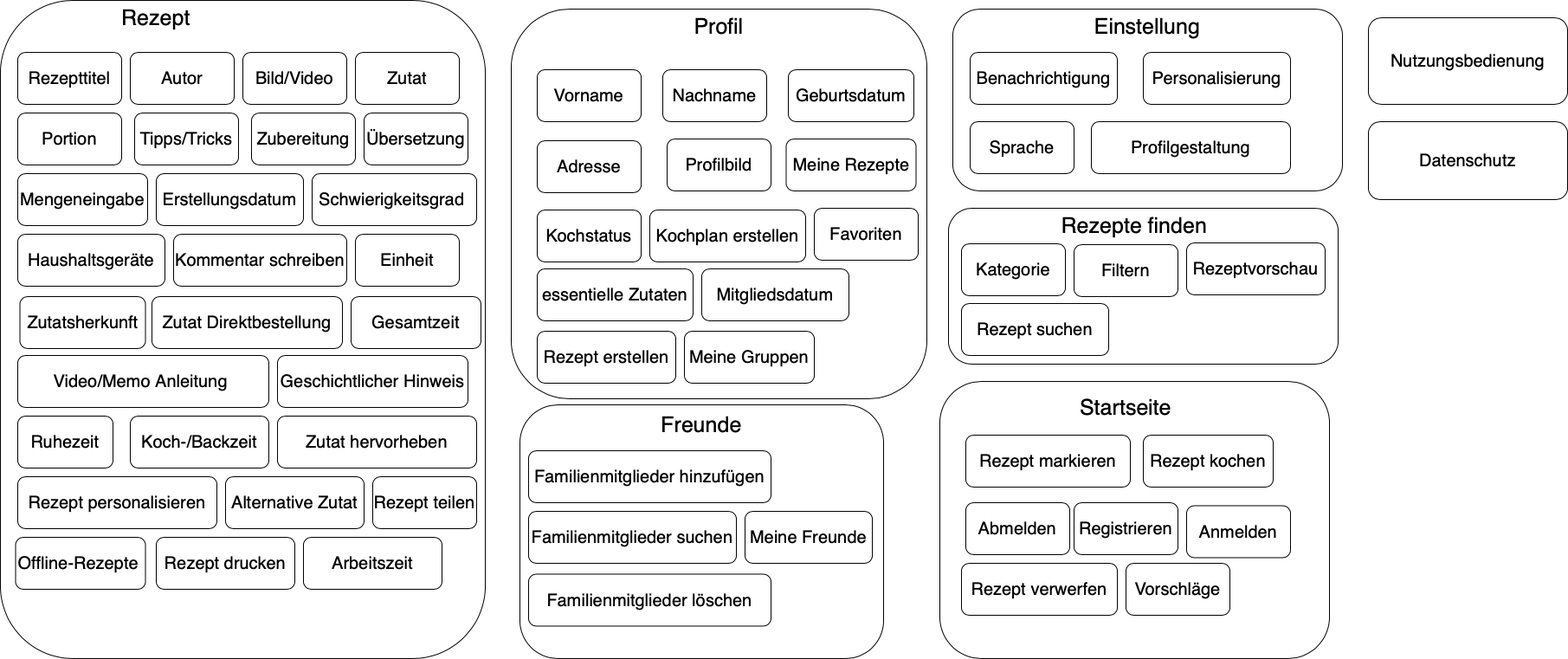
Inf166/PeerToPeerSharingOfCookingRecipies keeps this draw.io diagram as Artefakte/ContentModel/WS2020_CobanMai_ContentModel_v3.png. Above is the earlier version. Source tidied: cells renumbered, new cells last; positions are measured from the earlier drawing's top-left corner, leaving out a move shared by most shapes. Source of this version:
```xml
<mxGraphModel>
  <root>
    <mxCell id="0" />
    <mxCell id="1" parent="0" />
    <mxCell id="2" style="rounded=1;whiteSpace=wrap;html=1;fillColor=none;" parent="1" vertex="1">
      <mxGeometry x="600" y="467" width="420" height="293" as="geometry" />
    </mxCell>
    <mxCell id="3" style="rounded=1;whiteSpace=wrap;html=1;fillColor=none;" parent="1" vertex="1">
      <mxGeometry x="1095" y="240" width="450" height="180" as="geometry" />
    </mxCell>
    <mxCell id="4" style="rounded=1;whiteSpace=wrap;html=1;fillColor=none;" parent="1" vertex="1">
      <mxGeometry x="1085" y="440" width="450" height="320" as="geometry" />
    </mxCell>
    <mxCell id="5" style="rounded=1;whiteSpace=wrap;html=1;fillColor=none;" parent="1" vertex="1">
      <mxGeometry x="1100" y="10" width="450" height="210" as="geometry" />
    </mxCell>
    <mxCell id="6" style="rounded=1;whiteSpace=wrap;html=1;fillColor=none;" parent="1" vertex="1">
      <mxGeometry width="560" height="760" as="geometry" />
    </mxCell>
    <mxCell id="7" style="rounded=1;whiteSpace=wrap;html=1;fillColor=none;" parent="1" vertex="1">
      <mxGeometry x="590" y="10" width="480" height="450" as="geometry" />
    </mxCell>
    <mxCell id="8" value="&lt;span style=&quot;font-size: 20px&quot;&gt;Rezepttitel&lt;/span&gt;" style="rounded=1;whiteSpace=wrap;html=1;" parent="1" vertex="1">
      <mxGeometry x="20" y="60" width="120" height="60" as="geometry" />
    </mxCell>
    <mxCell id="9" value="&lt;span style=&quot;font-size: 20px&quot;&gt;Zubereitung&lt;/span&gt;" style="rounded=1;whiteSpace=wrap;html=1;" parent="1" vertex="1">
      <mxGeometry x="290" y="130" width="120" height="60" as="geometry" />
    </mxCell>
    <mxCell id="10" value="&lt;span style=&quot;font-size: 20px&quot;&gt;Zutat&lt;/span&gt;" style="rounded=1;whiteSpace=wrap;html=1;" parent="1" vertex="1">
      <mxGeometry x="410" y="60" width="120" height="60" as="geometry" />
    </mxCell>
    <mxCell id="11" value="&lt;span style=&quot;font-size: 20px&quot;&gt;Portion&lt;/span&gt;" style="rounded=1;whiteSpace=wrap;html=1;" parent="1" vertex="1">
      <mxGeometry x="20" y="130" width="120" height="60" as="geometry" />
    </mxCell>
    <mxCell id="12" value="&lt;span style=&quot;font-size: 20px&quot;&gt;Autor&lt;/span&gt;" style="rounded=1;whiteSpace=wrap;html=1;" parent="1" vertex="1">
      <mxGeometry x="150" y="60" width="120" height="60" as="geometry" />
    </mxCell>
    <mxCell id="13" value="&lt;span style=&quot;font-size: 20px&quot;&gt;Profilbild&lt;/span&gt;" style="rounded=1;whiteSpace=wrap;html=1;" parent="1" vertex="1">
      <mxGeometry x="770" y="160" width="120" height="60" as="geometry" />
    </mxCell>
    <mxCell id="14" value="&lt;span style=&quot;font-size: 20px&quot;&gt;Vorname&lt;/span&gt;" style="rounded=1;whiteSpace=wrap;html=1;" parent="1" vertex="1">
      <mxGeometry x="620" y="80" width="120" height="60" as="geometry" />
    </mxCell>
    <mxCell id="15" value="&lt;span style=&quot;font-size: 20px&quot;&gt;Übersetzung&lt;/span&gt;" style="rounded=1;whiteSpace=wrap;html=1;" parent="1" vertex="1">
      <mxGeometry x="420" y="130" width="120" height="60" as="geometry" />
    </mxCell>
    <mxCell id="16" value="&lt;span style=&quot;font-size: 20px&quot;&gt;Nutzungsbedienung&lt;/span&gt;" style="rounded=1;whiteSpace=wrap;html=1;fillColor=none;" parent="1" vertex="1">
      <mxGeometry x="1580" y="20" width="230" height="100" as="geometry" />
    </mxCell>
    <mxCell id="17" value="&lt;span style=&quot;font-size: 20px&quot;&gt;Datenschutz&lt;/span&gt;" style="rounded=1;whiteSpace=wrap;html=1;fillColor=none;" parent="1" vertex="1">
      <mxGeometry x="1580" y="140" width="230" height="90" as="geometry" />
    </mxCell>
    <mxCell id="18" value="&lt;span style=&quot;font-size: 20px&quot;&gt;Bild/Video&lt;/span&gt;" style="rounded=1;whiteSpace=wrap;html=1;" parent="1" vertex="1">
      <mxGeometry x="280" y="60" width="120" height="60" as="geometry" />
    </mxCell>
    <mxCell id="19" value="&lt;span style=&quot;font-size: 20px&quot;&gt;Offline-Rezepte&amp;nbsp;&lt;/span&gt;" style="rounded=1;whiteSpace=wrap;html=1;" parent="1" vertex="1">
      <mxGeometry x="17.5" y="620" width="150" height="60" as="geometry" />
    </mxCell>
    <mxCell id="20" value="&lt;span style=&quot;font-size: 20px&quot;&gt;Erstellungsdatum&lt;/span&gt;" style="rounded=1;whiteSpace=wrap;html=1;" parent="1" vertex="1">
      <mxGeometry x="180" y="200" width="170" height="60" as="geometry" />
    </mxCell>
    <mxCell id="21" value="&lt;span style=&quot;font-size: 20px&quot;&gt;Benachrichtigung&lt;/span&gt;" style="rounded=1;whiteSpace=wrap;html=1;" parent="1" vertex="1">
      <mxGeometry x="1120" y="60" width="170" height="60" as="geometry" />
    </mxCell>
    <mxCell id="22" value="&lt;span style=&quot;font-size: 20px&quot;&gt;Kommentar schreiben&lt;/span&gt;" style="rounded=1;whiteSpace=wrap;html=1;" parent="1" vertex="1">
      <mxGeometry x="200" y="270" width="200" height="60" as="geometry" />
    </mxCell>
    <mxCell id="23" value="&lt;span style=&quot;font-size: 20px&quot;&gt;Personalisierung&lt;/span&gt;" style="rounded=1;whiteSpace=wrap;html=1;" parent="1" vertex="1">
      <mxGeometry x="1320" y="60" width="170" height="60" as="geometry" />
    </mxCell>
    <mxCell id="24" value="&lt;span style=&quot;font-size: 20px&quot;&gt;Kategorie&lt;/span&gt;" style="rounded=1;whiteSpace=wrap;html=1;" parent="1" vertex="1">
      <mxGeometry x="1110" y="281" width="120" height="60" as="geometry" />
    </mxCell>
    <mxCell id="25" value="&lt;span style=&quot;font-size: 20px&quot;&gt;Abmelden&lt;/span&gt;" style="rounded=1;whiteSpace=wrap;html=1;" parent="1" vertex="1">
      <mxGeometry x="1115" y="580" width="120" height="60" as="geometry" />
    </mxCell>
    <mxCell id="26" value="&lt;span style=&quot;font-size: 20px&quot;&gt;Anmelden&lt;/span&gt;" style="rounded=1;whiteSpace=wrap;html=1;" parent="1" vertex="1">
      <mxGeometry x="1370" y="583.5" width="120" height="60" as="geometry" />
    </mxCell>
    <mxCell id="27" value="&lt;span style=&quot;font-size: 20px&quot;&gt;Registrieren&lt;/span&gt;" style="rounded=1;whiteSpace=wrap;html=1;" parent="1" vertex="1">
      <mxGeometry x="1240" y="580" width="120" height="60" as="geometry" />
    </mxCell>
    <mxCell id="28" value="&lt;span style=&quot;font-size: 20px&quot;&gt;Kochplan erstellen&lt;/span&gt;" style="rounded=1;whiteSpace=wrap;html=1;" parent="1" vertex="1">
      <mxGeometry x="750" y="242" width="180" height="60" as="geometry" />
    </mxCell>
    <mxCell id="29" value="&lt;span style=&quot;font-size: 20px&quot;&gt;Kochstatus&lt;/span&gt;" style="rounded=1;whiteSpace=wrap;html=1;" parent="1" vertex="1">
      <mxGeometry x="620" y="242" width="120" height="60" as="geometry" />
    </mxCell>
    <mxCell id="30" value="&lt;font style=&quot;font-size: 25px&quot;&gt;Einstellung&lt;/font&gt;" style="text;html=1;strokeColor=none;fillColor=none;align=center;verticalAlign=middle;whiteSpace=wrap;rounded=0;" parent="1" vertex="1">
      <mxGeometry x="1305" y="20" width="40" height="20" as="geometry" />
    </mxCell>
    <mxCell id="31" value="&lt;font style=&quot;font-size: 25px&quot;&gt;Profil&lt;/font&gt;" style="text;html=1;strokeColor=none;fillColor=none;align=center;verticalAlign=middle;whiteSpace=wrap;rounded=0;" parent="1" vertex="1">
      <mxGeometry x="810" y="20" width="40" height="20" as="geometry" />
    </mxCell>
    <mxCell id="32" value="&lt;font style=&quot;font-size: 25px&quot;&gt;Rezept&lt;/font&gt;" style="text;html=1;strokeColor=none;fillColor=none;align=center;verticalAlign=middle;whiteSpace=wrap;rounded=0;" parent="1" vertex="1">
      <mxGeometry x="160" y="10" width="40" height="20" as="geometry" />
    </mxCell>
    <mxCell id="33" value="&lt;span style=&quot;font-size: 20px&quot;&gt;Rezept suchen&lt;/span&gt;" style="rounded=1;whiteSpace=wrap;html=1;" parent="1" vertex="1">
      <mxGeometry x="1110" y="350" width="170" height="60" as="geometry" />
    </mxCell>
    <mxCell id="34" value="&lt;font style=&quot;font-size: 25px&quot;&gt;Startseite&lt;/font&gt;" style="text;html=1;strokeColor=none;fillColor=none;align=center;verticalAlign=middle;whiteSpace=wrap;rounded=0;" parent="1" vertex="1">
      <mxGeometry x="1280" y="460" width="40" height="20" as="geometry" />
    </mxCell>
    <mxCell id="35" value="&lt;span style=&quot;font-size: 20px&quot;&gt;Vorschläge&lt;/span&gt;" style="rounded=1;whiteSpace=wrap;html=1;" parent="1" vertex="1">
      <mxGeometry x="1300" y="650" width="120" height="60" as="geometry" />
    </mxCell>
    <mxCell id="36" value="&lt;font style=&quot;font-size: 25px&quot;&gt;Rezepte finden&lt;/font&gt;" style="text;html=1;strokeColor=none;fillColor=none;align=center;verticalAlign=middle;whiteSpace=wrap;rounded=0;" parent="1" vertex="1">
      <mxGeometry x="1210" y="250" width="200" height="20" as="geometry" />
    </mxCell>
    <mxCell id="37" value="&lt;font style=&quot;font-size: 25px&quot;&gt;Freunde&lt;/font&gt;" style="text;html=1;strokeColor=none;fillColor=none;align=center;verticalAlign=middle;whiteSpace=wrap;rounded=0;" parent="1" vertex="1">
      <mxGeometry x="790" y="480" width="40" height="20" as="geometry" />
    </mxCell>
    <mxCell id="38" value="&lt;span style=&quot;font-size: 20px&quot;&gt;Familienmitglieder hinzufügen&lt;/span&gt;" style="rounded=1;whiteSpace=wrap;html=1;" parent="1" vertex="1">
      <mxGeometry x="610" y="520" width="280" height="60" as="geometry" />
    </mxCell>
    <mxCell id="39" value="&lt;span style=&quot;font-size: 20px&quot;&gt;Favoriten&lt;/span&gt;" style="rounded=1;whiteSpace=wrap;html=1;" parent="1" vertex="1">
      <mxGeometry x="940" y="240" width="120" height="60" as="geometry" />
    </mxCell>
    <mxCell id="40" value="&lt;span style=&quot;font-size: 20px&quot;&gt;Sprache&lt;/span&gt;" style="rounded=1;whiteSpace=wrap;html=1;" parent="1" vertex="1">
      <mxGeometry x="1120" y="140" width="120" height="60" as="geometry" />
    </mxCell>
    <mxCell id="41" value="&lt;span style=&quot;font-size: 20px&quot;&gt;Tipps/Tricks&lt;/span&gt;" style="rounded=1;whiteSpace=wrap;html=1;" parent="1" vertex="1">
      <mxGeometry x="155" y="130" width="120" height="60" as="geometry" />
    </mxCell>
    <mxCell id="42" value="&lt;span style=&quot;font-size: 20px&quot;&gt;Schwierigkeitsgrad&amp;nbsp;&lt;/span&gt;" style="rounded=1;whiteSpace=wrap;html=1;" parent="1" vertex="1">
      <mxGeometry x="360" y="200" width="190" height="60" as="geometry" />
    </mxCell>
    <mxCell id="43" value="&lt;span style=&quot;font-size: 20px&quot;&gt;Haushaltsgeräte&lt;/span&gt;" style="rounded=1;whiteSpace=wrap;html=1;" parent="1" vertex="1">
      <mxGeometry x="20" y="270" width="170" height="60" as="geometry" />
    </mxCell>
    <mxCell id="44" value="&lt;span style=&quot;font-size: 20px&quot;&gt;Nachname&lt;/span&gt;" style="rounded=1;whiteSpace=wrap;html=1;" parent="1" vertex="1">
      <mxGeometry x="765" y="80" width="120" height="60" as="geometry" />
    </mxCell>
    <mxCell id="45" value="&lt;span style=&quot;font-size: 20px&quot;&gt;Adresse&lt;/span&gt;" style="rounded=1;whiteSpace=wrap;html=1;" parent="1" vertex="1">
      <mxGeometry x="620" y="162" width="120" height="60" as="geometry" />
    </mxCell>
    <mxCell id="46" value="&lt;span style=&quot;font-size: 20px&quot;&gt;Geburtsdatum&lt;/span&gt;" style="rounded=1;whiteSpace=wrap;html=1;" parent="1" vertex="1">
      <mxGeometry x="910" y="80" width="145" height="60" as="geometry" />
    </mxCell>
    <mxCell id="47" value="&lt;font style=&quot;font-size: 20px&quot;&gt;Zutat hervorheben&lt;/font&gt;" style="rounded=1;whiteSpace=wrap;html=1;" parent="1" vertex="1">
      <mxGeometry x="320" y="480" width="230" height="60" as="geometry" />
    </mxCell>
    <mxCell id="48" value="&lt;span style=&quot;font-size: 20px&quot;&gt;Geschichtlicher Hinweis&lt;/span&gt;" style="rounded=1;whiteSpace=wrap;html=1;" parent="1" vertex="1">
      <mxGeometry x="320" y="410" width="220" height="60" as="geometry" />
    </mxCell>
    <mxCell id="49" value="&lt;span style=&quot;font-size: 20px&quot;&gt;Zutatsherkunft&lt;/span&gt;" style="rounded=1;whiteSpace=wrap;html=1;" parent="1" vertex="1">
      <mxGeometry x="22.5" y="342" width="145" height="60" as="geometry" />
    </mxCell>
    <mxCell id="50" value="&lt;span style=&quot;font-size: 20px&quot;&gt;Gesamtzeit&lt;/span&gt;" style="rounded=1;whiteSpace=wrap;html=1;" parent="1" vertex="1">
      <mxGeometry x="405" y="342" width="150" height="60" as="geometry" />
    </mxCell>
    <mxCell id="51" value="&lt;font style=&quot;font-size: 20px&quot;&gt;Rezept erstellen&lt;/font&gt;" style="rounded=1;whiteSpace=wrap;html=1;" parent="1" vertex="1">
      <mxGeometry x="620" y="382" width="160" height="60" as="geometry" />
    </mxCell>
    <mxCell id="52" value="&lt;span style=&quot;font-size: 20px&quot;&gt;Rezept markieren&lt;/span&gt;" style="rounded=1;whiteSpace=wrap;html=1;" parent="1" vertex="1">
      <mxGeometry x="1115" y="502" width="190" height="60" as="geometry" />
    </mxCell>
    <mxCell id="53" value="&lt;span style=&quot;font-size: 20px&quot;&gt;Rezept kochen&lt;/span&gt;" style="rounded=1;whiteSpace=wrap;html=1;" parent="1" vertex="1">
      <mxGeometry x="1320" y="502" width="150" height="60" as="geometry" />
    </mxCell>
    <mxCell id="54" value="&lt;font style=&quot;font-size: 20px&quot;&gt;Video/Memo&amp;nbsp;Anleitung&amp;nbsp;&lt;/font&gt;" style="rounded=1;whiteSpace=wrap;html=1;" parent="1" vertex="1">
      <mxGeometry x="20" y="410" width="290" height="60" as="geometry" />
    </mxCell>
    <mxCell id="55" value="&lt;span style=&quot;font-size: 20px&quot;&gt;Rezept drucken&lt;/span&gt;" style="rounded=1;whiteSpace=wrap;html=1;" parent="1" vertex="1">
      <mxGeometry x="180" y="620" width="160" height="60" as="geometry" />
    </mxCell>
    <mxCell id="56" value="&lt;span style=&quot;font-size: 20px&quot;&gt;Rezept teilen&lt;/span&gt;" style="rounded=1;whiteSpace=wrap;html=1;" parent="1" vertex="1">
      <mxGeometry x="430" y="550" width="120" height="60" as="geometry" />
    </mxCell>
    <mxCell id="57" value="&lt;span style=&quot;font-size: 20px&quot;&gt;Zutat Direktbestellung&lt;/span&gt;" style="rounded=1;whiteSpace=wrap;html=1;" parent="1" vertex="1">
      <mxGeometry x="175" y="342" width="220" height="60" as="geometry" />
    </mxCell>
    <mxCell id="58" value="&lt;span style=&quot;font-size: 20px&quot;&gt;Filtern&lt;/span&gt;" style="rounded=1;whiteSpace=wrap;html=1;" parent="1" vertex="1">
      <mxGeometry x="1240" y="282" width="120" height="60" as="geometry" />
    </mxCell>
    <mxCell id="59" value="&lt;span style=&quot;font-size: 20px&quot;&gt;Meine Freunde&lt;/span&gt;" style="rounded=1;whiteSpace=wrap;html=1;" parent="1" vertex="1">
      <mxGeometry x="860" y="590" width="147" height="60" as="geometry" />
    </mxCell>
    <mxCell id="60" value="&lt;span style=&quot;font-size: 20px&quot;&gt;Meine Gruppen&lt;/span&gt;" style="rounded=1;whiteSpace=wrap;html=1;" parent="1" vertex="1">
      <mxGeometry x="790" y="382" width="150" height="60" as="geometry" />
    </mxCell>
    <mxCell id="61" value="&lt;span style=&quot;font-size: 20px&quot;&gt;Meine Rezepte&lt;/span&gt;" style="rounded=1;whiteSpace=wrap;html=1;" parent="1" vertex="1">
      <mxGeometry x="907.5" y="160" width="150" height="60" as="geometry" />
    </mxCell>
    <mxCell id="62" value="&lt;span style=&quot;color: rgb(0 , 0 , 0) ; font-family: &amp;#34;helvetica&amp;#34; ; font-size: 20px ; font-style: normal ; font-weight: normal ; letter-spacing: normal ; text-align: center ; text-indent: 0px ; text-transform: none ; word-spacing: 0px ; text-decoration: none ; display: inline ; float: none&quot;&gt;Mitgliedsdatum&lt;/span&gt;" style="rounded=1;whiteSpace=wrap;html=1;" parent="1" vertex="1">
      <mxGeometry x="810" y="310" width="170" height="60" as="geometry" />
    </mxCell>
    <mxCell id="63" value="&lt;span style=&quot;font-size: 20px&quot;&gt;essentielle Zutaten&lt;/span&gt;" style="rounded=1;whiteSpace=wrap;html=1;" parent="1" vertex="1">
      <mxGeometry x="620" y="310" width="180" height="60" as="geometry" />
    </mxCell>
    <mxCell id="64" value="&lt;span style=&quot;font-size: 20px&quot;&gt;Familienmitglieder suchen&lt;/span&gt;" style="rounded=1;whiteSpace=wrap;html=1;" parent="1" vertex="1">
      <mxGeometry x="610" y="590" width="240" height="60" as="geometry" />
    </mxCell>
    <mxCell id="65" value="&lt;span style=&quot;font-size: 20px&quot;&gt;Familienmitglieder löschen&lt;/span&gt;" style="rounded=1;whiteSpace=wrap;html=1;" parent="1" vertex="1">
      <mxGeometry x="610" y="662.5" width="280" height="60" as="geometry" />
    </mxCell>
    <mxCell id="66" value="&lt;span style=&quot;font-size: 20px&quot;&gt;Profilgestaltung&lt;/span&gt;" style="rounded=1;whiteSpace=wrap;html=1;" parent="1" vertex="1">
      <mxGeometry x="1260" y="140" width="230" height="60" as="geometry" />
    </mxCell>
    <mxCell id="67" value="&lt;span style=&quot;font-size: 20px&quot;&gt;Rezept verwerfen&lt;/span&gt;" style="rounded=1;whiteSpace=wrap;html=1;" parent="1" vertex="1">
      <mxGeometry x="1110" y="650" width="180" height="60" as="geometry" />
    </mxCell>
    <mxCell id="68" value="&lt;span style=&quot;font-size: 20px&quot;&gt;Rezept personalisieren&lt;/span&gt;" style="rounded=1;whiteSpace=wrap;html=1;" parent="1" vertex="1">
      <mxGeometry x="20" y="550" width="230" height="60" as="geometry" />
    </mxCell>
    <mxCell id="69" value="&lt;span style=&quot;font-size: 20px&quot;&gt;Mengeneingabe&lt;/span&gt;" style="rounded=1;whiteSpace=wrap;html=1;" parent="1" vertex="1">
      <mxGeometry x="20" y="200" width="150" height="60" as="geometry" />
    </mxCell>
    <mxCell id="70" value="&lt;span style=&quot;font-size: 20px&quot;&gt;Einheit&lt;/span&gt;" style="rounded=1;whiteSpace=wrap;html=1;" parent="1" vertex="1">
      <mxGeometry x="410" y="270" width="120" height="60" as="geometry" />
    </mxCell>
    <mxCell id="71" value="&lt;span style=&quot;font-size: 20px&quot;&gt;Alternative Zutat&lt;/span&gt;" style="rounded=1;whiteSpace=wrap;html=1;" parent="1" vertex="1">
      <mxGeometry x="260" y="550" width="160" height="60" as="geometry" />
    </mxCell>
    <mxCell id="72" value="&lt;span style=&quot;font-size: 20px&quot;&gt;Ruhezeit&lt;/span&gt;" style="rounded=1;whiteSpace=wrap;html=1;" parent="1" vertex="1">
      <mxGeometry x="20" y="480" width="110" height="60" as="geometry" />
    </mxCell>
    <mxCell id="73" value="&lt;span style=&quot;font-size: 20px&quot;&gt;Arbeitszeit&lt;/span&gt;" style="rounded=1;whiteSpace=wrap;html=1;" parent="1" vertex="1">
      <mxGeometry x="350" y="620" width="160" height="60" as="geometry" />
    </mxCell>
    <mxCell id="74" value="&lt;span style=&quot;font-size: 20px&quot;&gt;Koch-/Backzeit&lt;/span&gt;" style="rounded=1;whiteSpace=wrap;html=1;" parent="1" vertex="1">
      <mxGeometry x="150" y="480" width="160" height="60" as="geometry" />
    </mxCell>
    <mxCell id="75" value="&lt;font style=&quot;font-size: 20px&quot;&gt;Rezeptvorschau&lt;/font&gt;" style="rounded=1;whiteSpace=wrap;html=1;" parent="1" vertex="1">
      <mxGeometry x="1370" y="280" width="160" height="60" as="geometry" />
    </mxCell>
  </root>
</mxGraphModel>
```
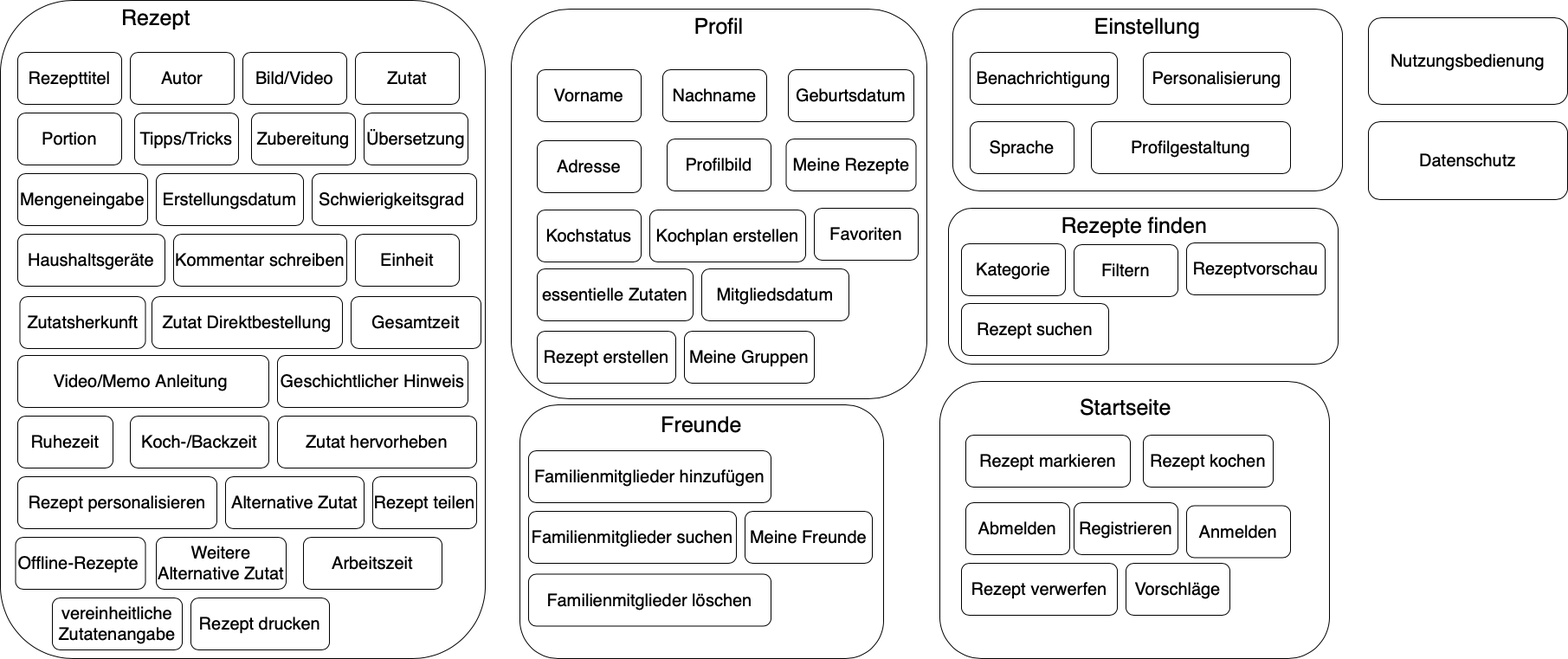
After the change.

Change to the diagram source:
```diff
@@ -162,7 +162,7 @@
       <mxGeometry x="20" y="410" width="290" height="60" as="geometry" />
     </mxCell>
     <mxCell id="55" value="&lt;span style=&quot;font-size: 20px&quot;&gt;Rezept drucken&lt;/span&gt;" style="rounded=1;whiteSpace=wrap;html=1;" parent="1" vertex="1">
-      <mxGeometry x="180" y="620" width="160" height="60" as="geometry" />
+      <mxGeometry x="220" y="690" width="160" height="60" as="geometry" />
     </mxCell>
     <mxCell id="56" value="&lt;span style=&quot;font-size: 20px&quot;&gt;Rezept teilen&lt;/span&gt;" style="rounded=1;whiteSpace=wrap;html=1;" parent="1" vertex="1">
       <mxGeometry x="430" y="550" width="120" height="60" as="geometry" />
@@ -224,5 +224,11 @@
     <mxCell id="75" value="&lt;font style=&quot;font-size: 20px&quot;&gt;Rezeptvorschau&lt;/font&gt;" style="rounded=1;whiteSpace=wrap;html=1;" parent="1" vertex="1">
       <mxGeometry x="1370" y="280" width="160" height="60" as="geometry" />
     </mxCell>
+    <mxCell id="76" value="&lt;span style=&quot;font-size: 20px&quot;&gt;vereinheitliche Zutatenangabe&lt;/span&gt;" style="rounded=1;whiteSpace=wrap;html=1;" parent="1" vertex="1">
+      <mxGeometry x="60" y="690" width="150" height="60" as="geometry" />
+    </mxCell>
+    <mxCell id="77" value="&lt;span style=&quot;font-size: 20px&quot;&gt;Weitere Alternative Zutat&lt;/span&gt;" style="rounded=1;whiteSpace=wrap;html=1;" parent="1" vertex="1">
+      <mxGeometry x="180" y="620" width="150" height="60" as="geometry" />
+    </mxCell>
   </root>
 </mxGraphModel>
```
